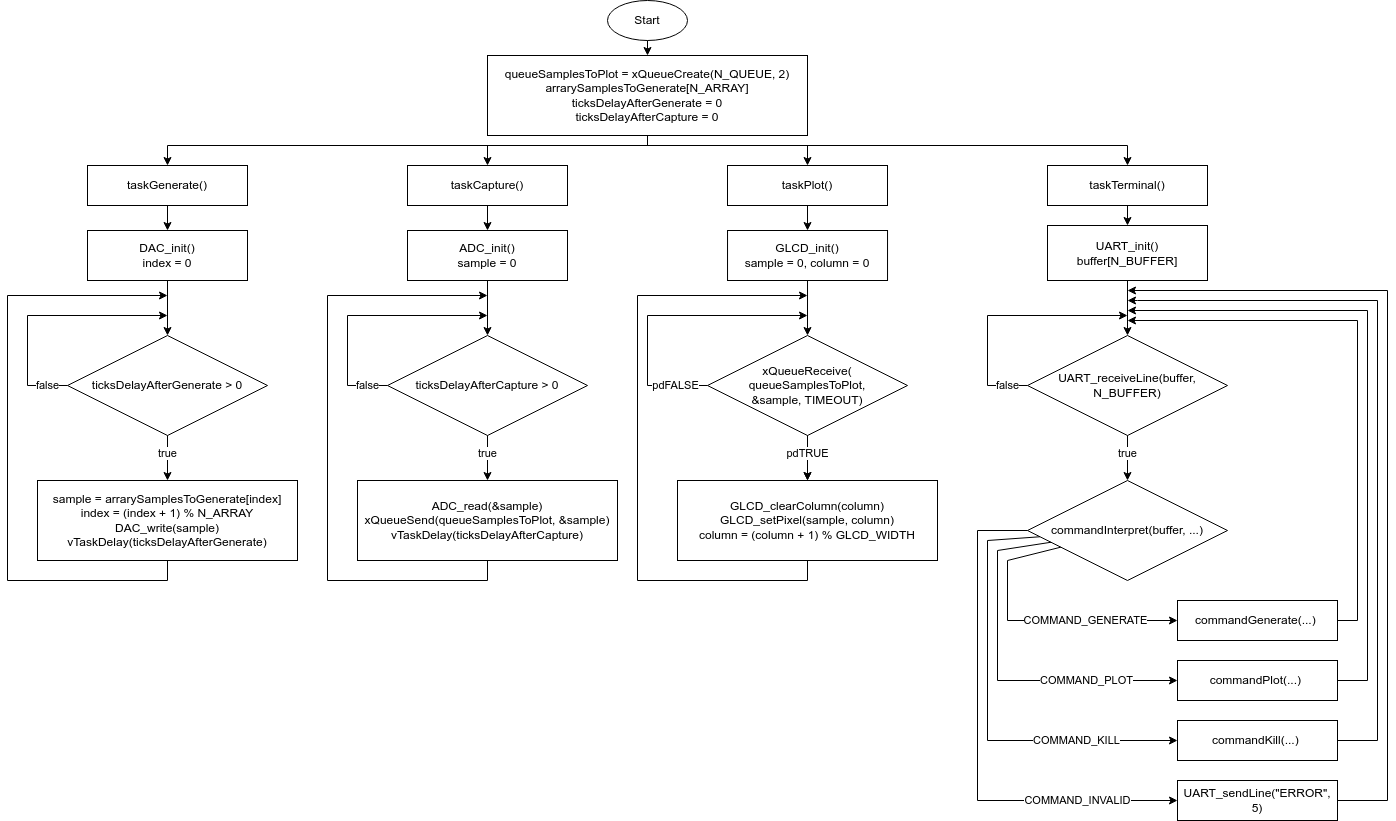
karim-m-ali/SignalGenie keeps this draw.io diagram as docs/system-diagrams-flowchart.drawio.png. Above is the earlier version. Source tidied: cells renumbered, new cells last; positions are measured from the earlier drawing's top-left corner, leaving out a move shared by most shapes.
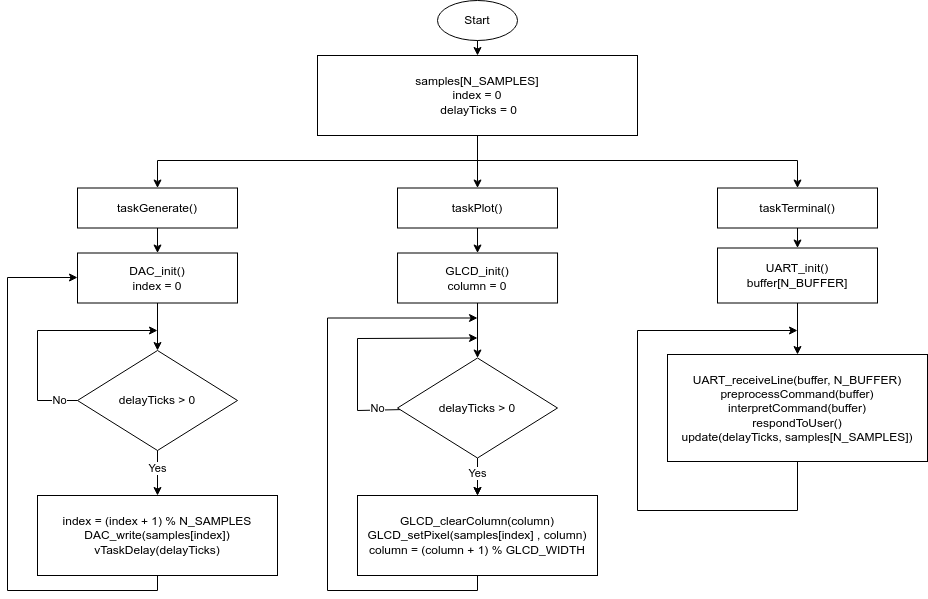
Above is the later version.

What changed in the source:
```diff
@@ -5,21 +5,21 @@
     <mxCell id="2" value="Start" style="ellipse;whiteSpace=wrap;html=1;" parent="1" vertex="1">
-      <mxGeometry x="600" width="80" height="40" as="geometry" />
+      <mxGeometry x="-640" y="10" width="80" height="40" as="geometry" />
     </mxCell>
     <mxCell id="3" value="taskPlot()" style="rounded=0;whiteSpace=wrap;html=1;" parent="1" vertex="1">
-      <mxGeometry x="720" y="165" width="160" height="40" as="geometry" />
+      <mxGeometry x="-680" y="197.5" width="160" height="40" as="geometry" />
     </mxCell>
     <mxCell id="4" value="taskGenerate()" style="rounded=0;whiteSpace=wrap;html=1;" parent="1" vertex="1">
-      <mxGeometry x="80" y="165" width="160" height="40" as="geometry" />
+      <mxGeometry x="-1000" y="197.5" width="160" height="40" as="geometry" />
     </mxCell>
     <mxCell id="5" value="taskTerminal()" style="rounded=0;whiteSpace=wrap;html=1;" parent="1" vertex="1">
-      <mxGeometry x="1040" y="165" width="160" height="40" as="geometry" />
+      <mxGeometry x="-360" y="197.5" width="160" height="40" as="geometry" />
     </mxCell>
     <mxCell id="6" value="UART_init()&lt;div&gt;buffer[N_BUFFER]&lt;/div&gt;" style="rounded=0;whiteSpace=wrap;html=1;" parent="1" vertex="1">
-      <mxGeometry x="1040" y="225" width="160" height="55" as="geometry" />
+      <mxGeometry x="-360" y="257.5" width="160" height="55" as="geometry" />
     </mxCell>
-    <mxCell id="7" value="GLCD_init()&lt;div&gt;sample = 0, column&lt;span style=&quot;background-color: initial;&quot;&gt;&amp;nbsp;= 0&lt;/span&gt;&lt;/div&gt;" style="rounded=0;whiteSpace=wrap;html=1;" parent="1" vertex="1">
-      <mxGeometry x="720" y="230" width="160" height="50" as="geometry" />
+    <mxCell id="7" value="GLCD_init()&lt;div&gt;column = 0&lt;/div&gt;" style="rounded=0;whiteSpace=wrap;html=1;" parent="1" vertex="1">
+      <mxGeometry x="-680" y="262.5" width="160" height="50" as="geometry" />
     </mxCell>
-    <mxCell id="8" value="DAC_init()&lt;div&gt;index = 0&lt;/div&gt;" style="rounded=0;whiteSpace=wrap;html=1;" parent="1" vertex="1">
-      <mxGeometry x="80" y="230" width="160" height="50" as="geometry" />
+    <mxCell id="8" value="DAC_init()&lt;br&gt;&lt;div&gt;&lt;span style=&quot;background-color: initial;&quot;&gt;index&lt;/span&gt;&amp;nbsp;= 0&lt;/div&gt;" style="rounded=0;whiteSpace=wrap;html=1;" parent="1" vertex="1">
+      <mxGeometry x="-1000" y="262.5" width="160" height="50" as="geometry" />
     </mxCell>
@@ -28,8 +28,2 @@
     </mxCell>
-    <mxCell id="10" value="taskCapture()" style="rounded=0;whiteSpace=wrap;html=1;" parent="1" vertex="1">
-      <mxGeometry x="400" y="165" width="160" height="40" as="geometry" />
-    </mxCell>
-    <mxCell id="11" value="ADC_init()&lt;div&gt;&lt;div&gt;sample = 0&lt;/div&gt;&lt;/div&gt;" style="rounded=0;whiteSpace=wrap;html=1;" parent="1" vertex="1">
-      <mxGeometry x="400" y="230" width="160" height="50" as="geometry" />
-    </mxCell>
     <mxCell id="12" style="endArrow=classic;html=1;rounded=0;" parent="1" edge="1" source="3" target="7">
@@ -37,26 +31,2 @@
     </mxCell>
-    <mxCell id="13" style="endArrow=classic;html=1;rounded=0;edgeStyle=orthogonalEdgeStyle;" parent="1" edge="1" source="23" target="3">
-      <mxGeometry relative="1" as="geometry">
-        <Array as="points">
-          <mxPoint x="640" y="145" />
-          <mxPoint x="800" y="145" />
-        </Array>
-      </mxGeometry>
-    </mxCell>
-    <mxCell id="14" style="endArrow=classic;html=1;rounded=0;edgeStyle=orthogonalEdgeStyle;" parent="1" edge="1" source="23" target="5">
-      <mxGeometry relative="1" as="geometry">
-        <Array as="points">
-          <mxPoint x="640" y="145" />
-          <mxPoint x="1120" y="145" />
-        </Array>
-      </mxGeometry>
-    </mxCell>
-    <mxCell id="15" style="endArrow=classic;html=1;rounded=0;edgeStyle=orthogonalEdgeStyle;" parent="1" edge="1" source="23" target="10">
-      <mxGeometry relative="1" as="geometry">
-        <Array as="points">
-          <mxPoint x="640" y="145" />
-          <mxPoint x="480" y="145" />
-        </Array>
-      </mxGeometry>
-    </mxCell>
     <mxCell id="16" style="endArrow=classic;html=1;rounded=0;edgeStyle=orthogonalEdgeStyle;" parent="1" edge="1" source="23" target="4">
@@ -64,4 +34,4 @@
         <Array as="points">
-          <mxPoint x="640" y="145" />
-          <mxPoint x="160" y="145" />
+          <mxPoint x="-600" y="170" />
+          <mxPoint x="-920" y="170" />
         </Array>
@@ -72,5 +42,2 @@
     </mxCell>
-    <mxCell id="18" style="endArrow=classic;html=1;rounded=0;" parent="1" edge="1" source="10" target="11">
-      <mxGeometry relative="1" as="geometry" />
-    </mxCell>
     <mxCell id="19" style="endArrow=classic;html=1;rounded=0;" parent="1" edge="1" source="4" target="8">
@@ -78,4 +45,4 @@
     </mxCell>
-    <mxCell id="20" value="ticksDelayAfterGenerate&amp;nbsp;&amp;gt; 0" style="rhombus;whiteSpace=wrap;html=1;" parent="1" vertex="1">
-      <mxGeometry x="60" y="335" width="200" height="100" as="geometry" />
+    <mxCell id="20" value="delayTicks&amp;nbsp;&amp;gt; 0" style="rhombus;whiteSpace=wrap;html=1;" parent="1" vertex="1">
+      <mxGeometry x="-1000" y="360" width="160" height="100" as="geometry" />
     </mxCell>
@@ -84,8 +51,8 @@
     </mxCell>
-    <mxCell id="22" value="false" style="endArrow=classic;html=1;rounded=0;" parent="1" edge="1" source="20">
+    <mxCell id="22" value="No" style="endArrow=classic;html=1;rounded=0;" parent="1" edge="1" source="20">
       <mxGeometry x="-0.84" relative="1" as="geometry">
-        <mxPoint x="160" y="315" as="targetPoint" />
+        <mxPoint x="-920" y="340" as="targetPoint" />
         <Array as="points">
-          <mxPoint x="20" y="385" />
-          <mxPoint x="20" y="315" />
+          <mxPoint x="-1040" y="410" />
+          <mxPoint x="-1040" y="340" />
         </Array>
@@ -93,18 +60,17 @@
     </mxCell>
-    <mxCell id="23" value="queueSamplesToPlot = xQueueCreate(N_QUEUE, 2)&lt;div&gt;arrarySamplesToGenerate[N_ARRAY]&lt;br&gt;&lt;/div&gt;&lt;div&gt;ticksDelayAfterGenerate = 0&lt;br&gt;&lt;/div&gt;&lt;div&gt;ticksDelayAfterCapture = 0&lt;/div&gt;" style="rounded=0;whiteSpace=wrap;html=1;" parent="1" vertex="1">
-      <mxGeometry x="480" y="55" width="320" height="80" as="geometry" />
+    <mxCell id="23" value="&lt;div&gt;samples[N_SAMPLES]&lt;/div&gt;&lt;div&gt;index = 0&lt;/div&gt;&lt;div&gt;&amp;nbsp;delayTicks = 0&lt;/div&gt;" style="rounded=0;whiteSpace=wrap;html=1;" parent="1" vertex="1">
+      <mxGeometry x="-760" y="65" width="320" height="80" as="geometry" />
     </mxCell>
-    <mxCell id="24" value="sample =&amp;nbsp;arrarySamplesToGenerate[index]&lt;div&gt;index = (index + 1) %&amp;nbsp;&lt;span style=&quot;background-color: initial;&quot;&gt;N_ARRAY&lt;/span&gt;&lt;/div&gt;&lt;div&gt;DAC_write(sample)&lt;span style=&quot;background-color: initial;&quot;&gt;&lt;br&gt;&lt;/span&gt;&lt;/div&gt;&lt;div&gt;vTaskDelay(ticksDelayAfterGenerate)&lt;br&gt;&lt;/div&gt;" style="rounded=0;whiteSpace=wrap;html=1;" parent="1" vertex="1">
-      <mxGeometry x="30" y="480" width="260" height="80" as="geometry" />
+    <mxCell id="24" value="&lt;div&gt;&lt;span style=&quot;background-color: initial;&quot;&gt;index&lt;/span&gt;&amp;nbsp;= (index&amp;nbsp;+ 1) %&amp;nbsp;&lt;span style=&quot;background-color: initial;&quot;&gt;N_SAMPLES&lt;/span&gt;&lt;/div&gt;&lt;div&gt;DAC_write(samples[index])&lt;span style=&quot;background-color: initial;&quot;&gt;&lt;br&gt;&lt;/span&gt;&lt;/div&gt;&lt;div&gt;vTaskDelay(delayTicks)&lt;br&gt;&lt;/div&gt;" style="rounded=0;whiteSpace=wrap;html=1;" parent="1" vertex="1">
+      <mxGeometry x="-1040" y="505" width="240" height="80" as="geometry" />
     </mxCell>
-    <mxCell id="25" value="true" style="endArrow=classic;html=1;rounded=0;" parent="1" edge="1" source="20" target="24">
+    <mxCell id="25" value="Yes" style="endArrow=classic;html=1;rounded=0;" parent="1" edge="1" source="20" target="24">
       <mxGeometry x="-0.2" relative="1" as="geometry" />
     </mxCell>
-    <mxCell id="26" style="endArrow=classic;html=1;rounded=0;edgeStyle=orthogonalEdgeStyle;" parent="1" edge="1" source="24">
+    <mxCell id="26" style="endArrow=classic;html=1;rounded=0;edgeStyle=orthogonalEdgeStyle;" parent="1" edge="1" source="24" target="8">
       <mxGeometry x="-0.09" relative="1" as="geometry">
-        <mxPoint x="160" y="295" as="targetPoint" />
         <Array as="points">
-          <mxPoint x="160" y="580" />
-          <mxPoint y="580" />
-          <mxPoint y="295" />
+          <mxPoint x="-920" y="600" />
+          <mxPoint x="-1070" y="600" />
+          <mxPoint x="-1070" y="287" />
         </Array>
@@ -112,33 +78,2 @@
     </mxCell>
-    <mxCell id="27" value="ticksDelayAfterCapture&amp;nbsp;&amp;gt; 0" style="rhombus;whiteSpace=wrap;html=1;" parent="1" vertex="1">
-      <mxGeometry x="380" y="335" width="200" height="100" as="geometry" />
-    </mxCell>
-    <mxCell id="28" style="endArrow=classic;html=1;rounded=0;" parent="1" edge="1" source="11" target="27">
-      <mxGeometry relative="1" as="geometry" />
-    </mxCell>
-    <mxCell id="29" value="false" style="endArrow=classic;html=1;rounded=0;" parent="1" edge="1" source="27">
-      <mxGeometry x="-0.84" relative="1" as="geometry">
-        <mxPoint x="480" y="315" as="targetPoint" />
-        <Array as="points">
-          <mxPoint x="340" y="385" />
-          <mxPoint x="340" y="315" />
-        </Array>
-      </mxGeometry>
-    </mxCell>
-    <mxCell id="30" value="&lt;div&gt;&lt;span style=&quot;background-color: initial;&quot;&gt;ADC_read(&amp;amp;sample)&lt;/span&gt;&lt;br&gt;&lt;/div&gt;&lt;div&gt;xQueueSend(&lt;span style=&quot;background-color: initial;&quot;&gt;queueSamplesToPlot, &amp;amp;sample&lt;/span&gt;&lt;span style=&quot;background-color: initial;&quot;&gt;)&lt;/span&gt;&lt;/div&gt;&lt;div&gt;vTaskDelay(ticksDelayAfterCapture)&lt;br&gt;&lt;/div&gt;" style="rounded=0;whiteSpace=wrap;html=1;" parent="1" vertex="1">
-      <mxGeometry x="350" y="480" width="260" height="80" as="geometry" />
-    </mxCell>
-    <mxCell id="31" value="true" style="endArrow=classic;html=1;rounded=0;" parent="1" edge="1" source="27" target="30">
-      <mxGeometry x="-0.2" relative="1" as="geometry" />
-    </mxCell>
-    <mxCell id="32" style="endArrow=classic;html=1;rounded=0;edgeStyle=orthogonalEdgeStyle;" parent="1" edge="1" source="30">
-      <mxGeometry x="-0.09" relative="1" as="geometry">
-        <mxPoint x="480" y="295" as="targetPoint" />
-        <Array as="points">
-          <mxPoint x="480" y="580" />
-          <mxPoint x="320" y="580" />
-          <mxPoint x="320" y="295" />
-        </Array>
-      </mxGeometry>
-    </mxCell>
     <mxCell id="33" style="edgeStyle=orthogonalEdgeStyle;rounded=0;jettySize=auto;html=1;" parent="1" edge="1" source="34" target="37">
@@ -146,4 +81,4 @@
     </mxCell>
-    <mxCell id="34" value="&lt;div&gt;xQueueReceive(&lt;/div&gt;&lt;div&gt;&lt;span style=&quot;background-color: initial;&quot;&gt;queueSamplesToPlot,&lt;/span&gt;&lt;/div&gt;&lt;div&gt;&lt;span style=&quot;background-color: initial;&quot;&gt;&amp;amp;sample, TIMEOUT&lt;/span&gt;&lt;span style=&quot;background-color: initial;&quot;&gt;)&lt;/span&gt;&lt;/div&gt;" style="rhombus;whiteSpace=wrap;html=1;" parent="1" vertex="1">
-      <mxGeometry x="700" y="335" width="200" height="100" as="geometry" />
+    <mxCell id="34" value="delayTicks&amp;nbsp;&amp;gt; 0" style="rhombus;whiteSpace=wrap;html=1;" parent="1" vertex="1">
+      <mxGeometry x="-680" y="367.5" width="160" height="100" as="geometry" />
     </mxCell>
@@ -152,8 +87,8 @@
     </mxCell>
-    <mxCell id="36" value="pdFALSE" style="endArrow=classic;html=1;rounded=0;" parent="1" edge="1" source="34">
-      <mxGeometry x="-0.78" relative="1" as="geometry">
-        <mxPoint x="800" y="315" as="targetPoint" />
+    <mxCell id="36" value="No" style="endArrow=classic;html=1;rounded=0;" parent="1" edge="1" source="34">
+      <mxGeometry x="-0.81" y="-2" relative="1" as="geometry">
+        <mxPoint x="-600" y="347.5" as="targetPoint" />
         <Array as="points">
-          <mxPoint x="640" y="385" />
-          <mxPoint x="640" y="315" />
+          <mxPoint x="-720" y="420" />
+          <mxPoint x="-720" y="348" />
         </Array>
@@ -161,6 +96,6 @@
     </mxCell>
-    <mxCell id="37" value="&lt;div&gt;GLCD_clearColumn(column)&lt;/div&gt;&lt;div&gt;GLCD_setPixel(sample,&amp;nbsp;&lt;span style=&quot;background-color: initial;&quot;&gt;column&lt;/span&gt;&lt;span style=&quot;background-color: initial;&quot;&gt;)&lt;/span&gt;&lt;/div&gt;&lt;div&gt;&lt;span style=&quot;background-color: initial;&quot;&gt;column&lt;/span&gt;&amp;nbsp;= (column + 1) % GLCD_WIDTH&lt;/div&gt;" style="rounded=0;whiteSpace=wrap;html=1;" parent="1" vertex="1">
-      <mxGeometry x="670" y="480" width="260" height="80" as="geometry" />
+    <mxCell id="37" value="&lt;div&gt;GLCD_clearColumn(column)&lt;/div&gt;&lt;div&gt;GLCD_setPixel(samples[index]&amp;nbsp;,&amp;nbsp;&lt;span style=&quot;background-color: initial;&quot;&gt;column&lt;/span&gt;&lt;span style=&quot;background-color: initial;&quot;&gt;)&lt;/span&gt;&lt;/div&gt;&lt;div&gt;&lt;span style=&quot;background-color: initial;&quot;&gt;column&lt;/span&gt;&amp;nbsp;= (column + 1) % GLCD_WIDTH&lt;/div&gt;" style="rounded=0;whiteSpace=wrap;html=1;" parent="1" vertex="1">
+      <mxGeometry x="-720" y="505" width="240" height="80" as="geometry" />
     </mxCell>
-    <mxCell id="38" value="pdTRUE" style="endArrow=classic;html=1;rounded=0;" parent="1" edge="1" source="34" target="37">
+    <mxCell id="38" value="Yes" style="endArrow=classic;html=1;rounded=0;" parent="1" edge="1" source="34" target="37">
       <mxGeometry x="-0.2" relative="1" as="geometry" />
@@ -169,7 +104,7 @@
       <mxGeometry x="-0.09" relative="1" as="geometry">
-        <mxPoint x="800" y="295" as="targetPoint" />
+        <mxPoint x="-600" y="327.5" as="targetPoint" />
         <Array as="points">
-          <mxPoint x="800" y="580" />
-          <mxPoint x="630" y="580" />
-          <mxPoint x="630" y="295" />
+          <mxPoint x="-600" y="600" />
+          <mxPoint x="-750" y="600" />
+          <mxPoint x="-750" y="328" />
         </Array>
@@ -177,108 +112,34 @@
     </mxCell>
-    <mxCell id="40" value="&lt;div&gt;UART_receiveLine(buffer&lt;span style=&quot;background-color: initial;&quot;&gt;, N_BUFFER&lt;/span&gt;&lt;span style=&quot;background-color: initial;&quot;&gt;)&lt;/span&gt;&lt;/div&gt;" style="rhombus;whiteSpace=wrap;html=1;" parent="1" vertex="1">
-      <mxGeometry x="1020" y="335" width="200" height="100" as="geometry" />
-    </mxCell>
-    <mxCell id="41" value="false" style="endArrow=classic;html=1;rounded=0;" parent="1" edge="1" source="40">
-      <mxGeometry x="-0.84" relative="1" as="geometry">
-        <mxPoint x="1120" y="315" as="targetPoint" />
-        <Array as="points">
-          <mxPoint x="980" y="385" />
-          <mxPoint x="980" y="315" />
-        </Array>
-      </mxGeometry>
-    </mxCell>
-    <mxCell id="42" value="true" style="endArrow=classic;html=1;rounded=0;" parent="1" edge="1" source="40">
-      <mxGeometry x="-0.2" relative="1" as="geometry">
-        <mxPoint x="1120" y="480" as="targetPoint" />
-      </mxGeometry>
-    </mxCell>
-    <mxCell id="43" style="endArrow=classic;html=1;rounded=0;" parent="1" edge="1" source="6" target="40">
-      <mxGeometry relative="1" as="geometry" />
-    </mxCell>
-    <mxCell id="44" value="commandInterpret(buffer, ...)" style="rhombus;whiteSpace=wrap;html=1;" parent="1" vertex="1">
-      <mxGeometry x="1020" y="480" width="200" height="100" as="geometry" />
-    </mxCell>
-    <mxCell id="45" value="commandGenerate(...)&amp;nbsp;" style="rounded=0;whiteSpace=wrap;html=1;" parent="1" vertex="1">
-      <mxGeometry x="1170" y="600" width="160" height="40" as="geometry" />
-    </mxCell>
-    <mxCell id="46" value="commandPlot(...)&amp;nbsp;" style="rounded=0;whiteSpace=wrap;html=1;" parent="1" vertex="1">
-      <mxGeometry x="1170" y="660" width="160" height="40" as="geometry" />
-    </mxCell>
-    <mxCell id="47" value="UART_sendLine(&quot;ERROR&quot;, 5)" style="rounded=0;whiteSpace=wrap;html=1;" parent="1" vertex="1">
-      <mxGeometry x="1170" y="780" width="160" height="40" as="geometry" />
-    </mxCell>
-    <mxCell id="48" value="commandKill(...)&amp;nbsp;" style="rounded=0;whiteSpace=wrap;html=1;" parent="1" vertex="1">
-      <mxGeometry x="1170" y="720" width="160" height="40" as="geometry" />
-    </mxCell>
-    <mxCell id="49" value="COMMAND_GENERATE" style="endArrow=classic;html=1;rounded=0;" parent="1" edge="1" source="44" target="45">
-      <mxGeometry x="0.36" relative="1" as="geometry">
-        <Array as="points">
-          <mxPoint x="1000" y="560" />
-          <mxPoint x="1000" y="620" />
-        </Array>
-      </mxGeometry>
-    </mxCell>
-    <mxCell id="50" value="COMMAND_PLOT" style="endArrow=classic;html=1;rounded=0;" parent="1" edge="1" source="44" target="46">
-      <mxGeometry x="0.5" relative="1" as="geometry">
-        <Array as="points">
-          <mxPoint x="990" y="550" />
-          <mxPoint x="990" y="680" />
-        </Array>
-      </mxGeometry>
-    </mxCell>
-    <mxCell id="51" value="COMMAND_KILL" style="endArrow=classic;html=1;rounded=0;" parent="1" edge="1" source="44" target="48">
-      <mxGeometry x="0.55" relative="1" as="geometry">
-        <Array as="points">
-          <mxPoint x="980" y="540" />
-          <mxPoint x="980" y="740" />
-        </Array>
-      </mxGeometry>
-    </mxCell>
-    <mxCell id="52" value="COMMAND_INVALID" style="endArrow=classic;html=1;rounded=0;" parent="1" edge="1" source="44" target="47">
-      <mxGeometry x="0.62" relative="1" as="geometry">
-        <Array as="points">
-          <mxPoint x="970" y="530" />
-          <mxPoint x="970" y="800" />
-        </Array>
-      </mxGeometry>
-    </mxCell>
-    <mxCell id="53" style="endArrow=classic;html=1;rounded=0;edgeStyle=orthogonalEdgeStyle;" parent="1" edge="1" source="45">
-      <mxGeometry x="-0.09" relative="1" as="geometry">
-        <mxPoint x="1120" y="320" as="targetPoint" />
-        <Array as="points">
-          <mxPoint x="1350" y="620" />
-          <mxPoint x="1350" y="320" />
-          <mxPoint x="1120" y="320" />
-        </Array>
-      </mxGeometry>
-    </mxCell>
-    <mxCell id="54" style="endArrow=classic;html=1;rounded=0;edgeStyle=orthogonalEdgeStyle;" parent="1" edge="1" source="46">
-      <mxGeometry x="-0.09" relative="1" as="geometry">
-        <mxPoint x="1120" y="310" as="targetPoint" />
-        <Array as="points">
-          <mxPoint x="1360" y="680" />
-          <mxPoint x="1360" y="310" />
-          <mxPoint x="1120" y="310" />
-        </Array>
-      </mxGeometry>
-    </mxCell>
-    <mxCell id="55" style="endArrow=classic;html=1;rounded=0;edgeStyle=orthogonalEdgeStyle;" parent="1" edge="1" source="48">
-      <mxGeometry x="-0.09" relative="1" as="geometry">
-        <mxPoint x="1120" y="300" as="targetPoint" />
-        <Array as="points">
-          <mxPoint x="1370" y="740" />
-          <mxPoint x="1370" y="300" />
-          <mxPoint x="1130" y="300" />
-        </Array>
-      </mxGeometry>
-    </mxCell>
-    <mxCell id="56" style="endArrow=classic;html=1;rounded=0;edgeStyle=orthogonalEdgeStyle;" parent="1" edge="1" source="47">
-      <mxGeometry x="-0.09" relative="1" as="geometry">
-        <mxPoint x="1120" y="290" as="targetPoint" />
-        <Array as="points">
-          <mxPoint x="1380" y="800" />
-          <mxPoint x="1380" y="290" />
-        </Array>
-      </mxGeometry>
-    </mxCell>
+    <mxCell id="13" style="endArrow=classic;html=1;rounded=0;edgeStyle=orthogonalEdgeStyle;" parent="1" edge="1" source="23" target="3">
+      <mxGeometry relative="1" as="geometry">
+        <Array as="points">
+          <mxPoint x="-600" y="160" />
+          <mxPoint x="-600" y="160" />
+        </Array>
+      </mxGeometry>
+    </mxCell>
+    <mxCell id="14" style="endArrow=classic;html=1;rounded=0;edgeStyle=orthogonalEdgeStyle;" parent="1" edge="1" source="23" target="5">
+      <mxGeometry relative="1" as="geometry">
+        <Array as="points">
+          <mxPoint x="-600" y="170" />
+          <mxPoint x="-280" y="170" />
+        </Array>
+      </mxGeometry>
+    </mxCell>
+    <mxCell id="57" value="UART_receiveLine(buffer, N_BUFFER)&lt;div&gt;preprocessCommand(buffer)&lt;br&gt;&lt;/div&gt;&lt;div&gt;interpretCommand(buffer)&lt;/div&gt;&lt;div&gt;respondToUser()&lt;/div&gt;&lt;div&gt;update(delayTicks, samples[N_SAMPLES])&lt;/div&gt;" style="rounded=0;whiteSpace=wrap;html=1;" parent="1" vertex="1">
+      <mxGeometry x="-410" y="364" width="260" height="107" as="geometry" />
+    </mxCell>
+    <mxCell id="58" style="endArrow=classic;html=1;rounded=0;" parent="1" edge="1" source="6" target="57">
+      <mxGeometry relative="1" as="geometry" />
+    </mxCell>
+    <mxCell id="59" style="endArrow=classic;html=1;rounded=0;exitX=0.5;exitY=1;exitDx=0;exitDy=0;" parent="1" edge="1" source="57">
+      <mxGeometry x="-0.81" y="-2" relative="1" as="geometry">
+        <mxPoint x="-280" y="340" as="targetPoint" />
+        <Array as="points">
+          <mxPoint x="-280" y="520" />
+          <mxPoint x="-440" y="520" />
+          <mxPoint x="-440" y="340" />
+        </Array>
+      </mxGeometry>
+    </mxCell>
   </root>
```
